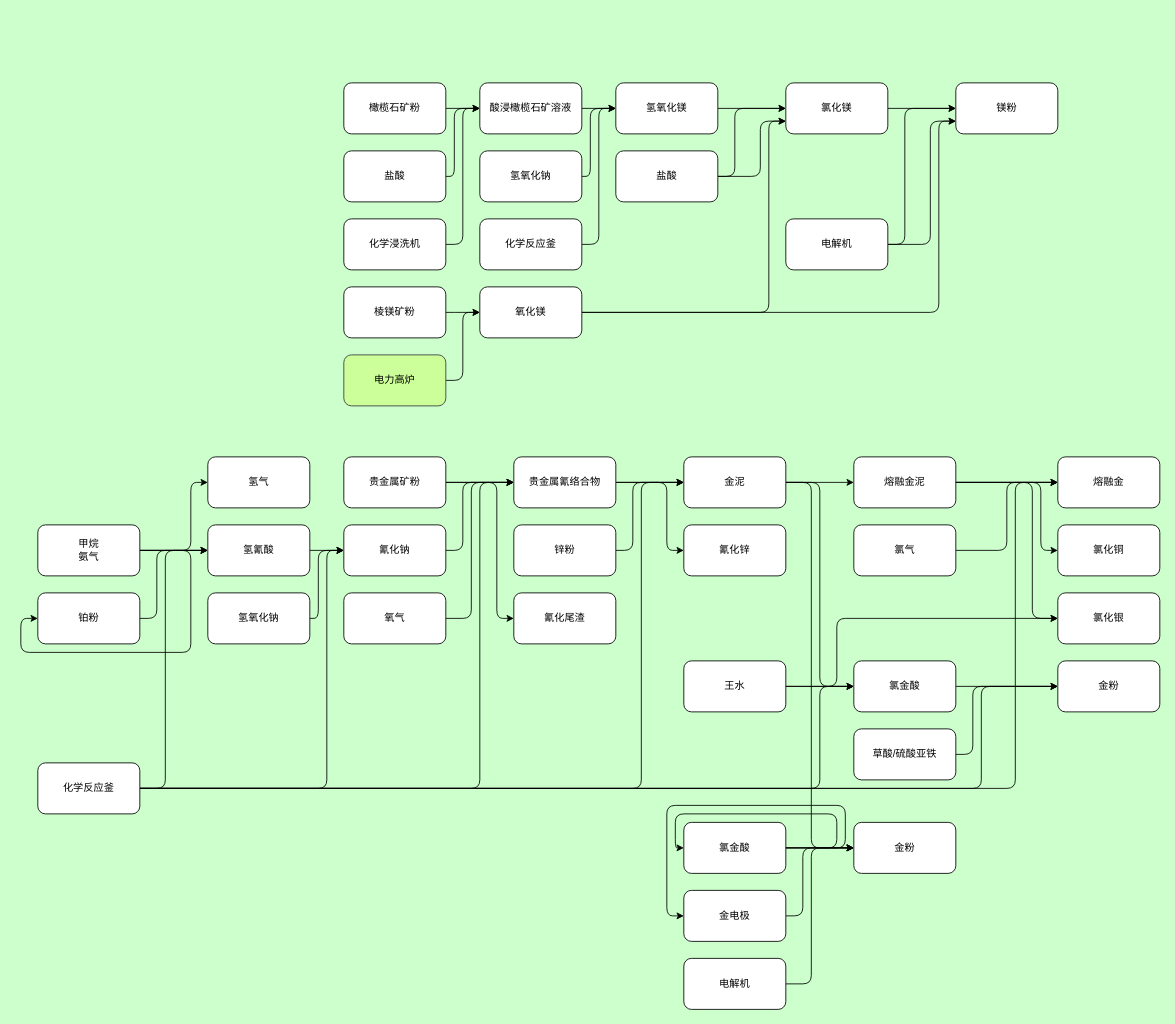
CTNH-Team/CTNH-flow-chart keeps this draw.io diagram as page "矿处" (3 of 3) of CTNH.drawio. Above is the earlier version. Source tidied: cells renumbered, new cells numbered last; positions are measured from the earlier drawing's top-left corner, leaving out a move shared by most shapes. Both pictures are drawn from the tidied source at 85%, with x=0, y=0 at pixel (20, 82).
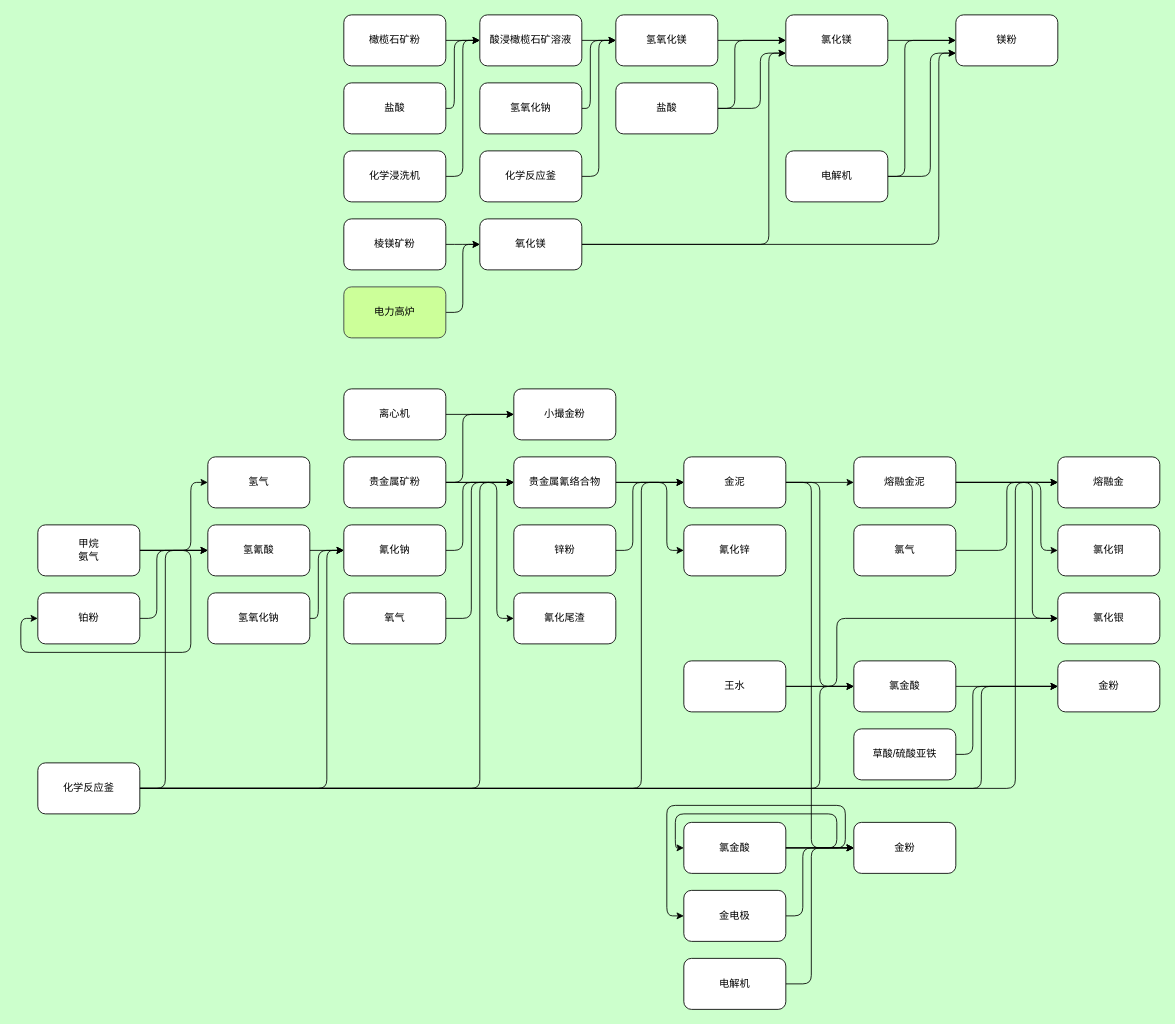
After the change.

The change refers to these unchanged cells:
```xml
<mxCell id="34" value="贵金属矿粉" style="rounded=1;whiteSpace=wrap;html=1;fontColor=light-dark(#000000,#000000);" parent="1" vertex="1">
  <mxGeometry x="380" y="440" width="120" height="60" as="geometry" />
</mxCell>
```

What changed in the source:
```diff
@@
     <mxCell id="2" value="镁粉" style="rounded=1;whiteSpace=wrap;html=1;fontColor=light-dark(#000000,#000000);" parent="1" vertex="1">
-      <mxGeometry x="1100" width="120" height="60" as="geometry" />
+      <mxGeometry x="1100" y="-80" width="120" height="60" as="geometry" />
     </mxCell>
@@
     <mxCell id="4" value="橄榄石矿粉" style="rounded=1;whiteSpace=wrap;html=1;fontColor=light-dark(#000000,#000000);" parent="1" vertex="1">
-      <mxGeometry x="380" width="120" height="60" as="geometry" />
+      <mxGeometry x="380" y="-80" width="120" height="60" as="geometry" />
     </mxCell>
     <mxCell id="5" style="edgeStyle=orthogonalEdgeStyle;shape=connector;curved=0;rounded=1;jettySize=auto;html=1;exitX=1;exitY=0.5;exitDx=0;exitDy=0;entryX=0;entryY=0.5;entryDx=0;entryDy=0;strokeColor=default;align=center;verticalAlign=middle;fontFamily=Helvetica;fontSize=11;fontColor=light-dark(#000000,#000000);labelBackgroundColor=default;endArrow=classic;" parent="1" edge="1" source="6" target="8">
       <mxGeometry relative="1" as="geometry">
         <Array as="points">
-          <mxPoint x="510" y="110" />
           <mxPoint x="510" y="30" />
+          <mxPoint x="510" y="-50" />
         </Array>
       </mxGeometry>
     </mxCell>
     <mxCell id="6" value="盐酸" style="rounded=1;whiteSpace=wrap;html=1;fontColor=light-dark(#000000,#000000);" parent="1" vertex="1">
-      <mxGeometry x="380" y="80" width="120" height="60" as="geometry" />
+      <mxGeometry x="380" width="120" height="60" as="geometry" />
     </mxCell>
@@
     <mxCell id="8" value="酸浸橄榄石矿溶液" style="rounded=1;whiteSpace=wrap;html=1;fontColor=light-dark(#000000,#000000);" parent="1" vertex="1">
-      <mxGeometry x="540" width="120" height="60" as="geometry" />
+      <mxGeometry x="540" y="-80" width="120" height="60" as="geometry" />
     </mxCell>
     <mxCell id="9" style="edgeStyle=orthogonalEdgeStyle;shape=connector;curved=0;rounded=1;jettySize=auto;html=1;exitX=1;exitY=0.5;exitDx=0;exitDy=0;entryX=0;entryY=0.5;entryDx=0;entryDy=0;strokeColor=default;align=center;verticalAlign=middle;fontFamily=Helvetica;fontSize=11;fontColor=light-dark(#000000,#000000);labelBackgroundColor=default;endArrow=classic;" parent="1" edge="1" source="10" target="12">
       <mxGeometry relative="1" as="geometry">
         <Array as="points">
-          <mxPoint x="670" y="110" />
           <mxPoint x="670" y="30" />
+          <mxPoint x="670" y="-50" />
         </Array>
       </mxGeometry>
     </mxCell>
     <mxCell id="10" value="氢氧化钠" style="rounded=1;whiteSpace=wrap;html=1;fontColor=light-dark(#000000,#000000);" parent="1" vertex="1">
-      <mxGeometry x="540" y="80" width="120" height="60" as="geometry" />
+      <mxGeometry x="540" width="120" height="60" as="geometry" />
     </mxCell>
@@
     <mxCell id="12" value="氢氧化镁" style="rounded=1;whiteSpace=wrap;html=1;fontColor=light-dark(#000000,#000000);" parent="1" vertex="1">
-      <mxGeometry x="700" width="120" height="60" as="geometry" />
+      <mxGeometry x="700" y="-80" width="120" height="60" as="geometry" />
     </mxCell>
     <mxCell id="13" style="edgeStyle=orthogonalEdgeStyle;shape=connector;curved=0;rounded=1;jettySize=auto;html=1;exitX=1;exitY=0.5;exitDx=0;exitDy=0;entryX=0;entryY=0.5;entryDx=0;entryDy=0;strokeColor=default;align=center;verticalAlign=middle;fontFamily=Helvetica;fontSize=11;fontColor=light-dark(#000000,#000000);labelBackgroundColor=default;endArrow=classic;" parent="1" edge="1" source="15" target="17">
       <mxGeometry relative="1" as="geometry">
         <Array as="points">
-          <mxPoint x="840" y="110" />
           <mxPoint x="840" y="30" />
+          <mxPoint x="840" y="-50" />
         </Array>
       </mxGeometry>
     </mxCell>
     <mxCell id="14" style="edgeStyle=orthogonalEdgeStyle;shape=connector;curved=0;rounded=1;jettySize=auto;html=1;exitX=1;exitY=0.5;exitDx=0;exitDy=0;entryX=0;entryY=0.75;entryDx=0;entryDy=0;strokeColor=default;align=center;verticalAlign=middle;fontFamily=Helvetica;fontSize=11;fontColor=default;labelBackgroundColor=default;endArrow=classic;" parent="1" edge="1" source="15" target="17">
       <mxGeometry relative="1" as="geometry">
         <Array as="points">
-          <mxPoint x="870" y="110" />
-          <mxPoint x="870" y="45" />
+          <mxPoint x="870" y="30" />
+          <mxPoint x="870" y="-35" />
         </Array>
       </mxGeometry>
     </mxCell>
     <mxCell id="15" value="盐酸" style="rounded=1;whiteSpace=wrap;html=1;fontColor=light-dark(#000000,#000000);" parent="1" vertex="1">
-      <mxGeometry x="700" y="80" width="120" height="60" as="geometry" />
+      <mxGeometry x="700" width="120" height="60" as="geometry" />
     </mxCell>
@@
     <mxCell id="17" value="氯化镁" style="rounded=1;whiteSpace=wrap;html=1;fontColor=light-dark(#000000,#000000);" parent="1" vertex="1">
-      <mxGeometry x="900" width="120" height="60" as="geometry" />
+      <mxGeometry x="900" y="-80" width="120" height="60" as="geometry" />
     </mxCell>
     <mxCell id="18" style="edgeStyle=orthogonalEdgeStyle;shape=connector;curved=0;rounded=1;jettySize=auto;html=1;exitX=1;exitY=0.5;exitDx=0;exitDy=0;entryX=0;entryY=0.5;entryDx=0;entryDy=0;strokeColor=default;align=center;verticalAlign=middle;fontFamily=Helvetica;fontSize=11;fontColor=light-dark(#000000,#000000);labelBackgroundColor=default;endArrow=classic;" parent="1" edge="1" source="20" target="2">
       <mxGeometry relative="1" as="geometry">
         <Array as="points">
-          <mxPoint x="1040" y="190" />
-          <mxPoint x="1040" y="30" />
+          <mxPoint x="1040" y="110" />
+          <mxPoint x="1040" y="-50" />
         </Array>
       </mxGeometry>
     </mxCell>
     <mxCell id="19" style="edgeStyle=orthogonalEdgeStyle;shape=connector;curved=0;rounded=1;jettySize=auto;html=1;exitX=1;exitY=0.5;exitDx=0;exitDy=0;entryX=0;entryY=0.75;entryDx=0;entryDy=0;strokeColor=default;align=center;verticalAlign=middle;fontFamily=Helvetica;fontSize=11;fontColor=default;labelBackgroundColor=default;endArrow=classic;" parent="1" edge="1" source="20" target="2">
       <mxGeometry relative="1" as="geometry">
         <Array as="points">
-          <mxPoint x="1070" y="190" />
-          <mxPoint x="1070" y="45" />
+          <mxPoint x="1070" y="110" />
+          <mxPoint x="1070" y="-35" />
         </Array>
       </mxGeometry>
     </mxCell>
     <mxCell id="20" value="电解机" style="rounded=1;whiteSpace=wrap;html=1;fontColor=light-dark(#000000,#000000);" parent="1" vertex="1">
-      <mxGeometry x="900" y="160" width="120" height="60" as="geometry" />
+      <mxGeometry x="900" y="80" width="120" height="60" as="geometry" />
     </mxCell>
     <mxCell id="21" style="edgeStyle=orthogonalEdgeStyle;shape=connector;curved=0;rounded=1;jettySize=auto;html=1;exitX=1;exitY=0.5;exitDx=0;exitDy=0;entryX=0;entryY=0.75;entryDx=0;entryDy=0;strokeColor=default;align=center;verticalAlign=middle;fontFamily=Helvetica;fontSize=11;fontColor=default;labelBackgroundColor=default;endArrow=classic;" parent="1" edge="1" source="23" target="17">
       <mxGeometry relative="1" as="geometry">
         <Array as="points">
-          <mxPoint x="880" y="270" />
-          <mxPoint x="880" y="45.1" />
+          <mxPoint x="880" y="190" />
+          <mxPoint x="880" y="-34.9" />
         </Array>
       </mxGeometry>
     </mxCell>
     <mxCell id="22" style="edgeStyle=orthogonalEdgeStyle;shape=connector;curved=0;rounded=1;jettySize=auto;html=1;exitX=1;exitY=0.5;exitDx=0;exitDy=0;entryX=0;entryY=0.75;entryDx=0;entryDy=0;strokeColor=default;align=center;verticalAlign=middle;fontFamily=Helvetica;fontSize=11;fontColor=default;labelBackgroundColor=default;endArrow=classic;" parent="1" edge="1" source="23" target="2">
       <mxGeometry relative="1" as="geometry">
         <Array as="points">
-          <mxPoint x="1080" y="270" />
-          <mxPoint x="1080" y="45" />
+          <mxPoint x="1080" y="190" />
+          <mxPoint x="1080" y="-35" />
         </Array>
       </mxGeometry>
     </mxCell>
     <mxCell id="23" value="氧化镁" style="rounded=1;whiteSpace=wrap;html=1;fontColor=light-dark(#000000,#000000);" parent="1" vertex="1">
-      <mxGeometry x="540" y="240" width="120" height="60" as="geometry" />
+      <mxGeometry x="540" y="160" width="120" height="60" as="geometry" />
     </mxCell>
     <mxCell id="24" style="edgeStyle=orthogonalEdgeStyle;shape=connector;curved=0;rounded=1;jettySize=auto;html=1;exitX=1;exitY=0.5;exitDx=0;exitDy=0;entryX=0;entryY=0.5;entryDx=0;entryDy=0;strokeColor=default;align=center;verticalAlign=middle;fontFamily=Helvetica;fontSize=11;fontColor=default;labelBackgroundColor=default;endArrow=classic;" parent="1" edge="1" source="25" target="23">
       <mxGeometry relative="1" as="geometry">
         <Array as="points">
-          <mxPoint x="520" y="270" />
-          <mxPoint x="520" y="270" />
+          <mxPoint x="520" y="190" />
+          <mxPoint x="520" y="190" />
         </Array>
       </mxGeometry>
     </mxCell>
     <mxCell id="25" value="棱镁矿粉" style="rounded=1;whiteSpace=wrap;html=1;fontColor=light-dark(#000000,#000000);" parent="1" vertex="1">
-      <mxGeometry x="380" y="240" width="120" height="60" as="geometry" />
+      <mxGeometry x="380" y="160" width="120" height="60" as="geometry" />
     </mxCell>
     <mxCell id="26" style="edgeStyle=orthogonalEdgeStyle;shape=connector;curved=0;rounded=1;jettySize=auto;html=1;exitX=1;exitY=0.5;exitDx=0;exitDy=0;entryX=0;entryY=0.5;entryDx=0;entryDy=0;strokeColor=default;align=center;verticalAlign=middle;fontFamily=Helvetica;fontSize=11;fontColor=default;labelBackgroundColor=default;endArrow=classic;" parent="1" edge="1" source="27" target="23">
       <mxGeometry relative="1" as="geometry">
         <Array as="points">
-          <mxPoint x="520" y="350" />
           <mxPoint x="520" y="270" />
+          <mxPoint x="520" y="190" />
         </Array>
       </mxGeometry>
     </mxCell>
     <mxCell id="27" value="电力高炉" style="rounded=1;whiteSpace=wrap;html=1;fillColor=light-dark(#CCFF99,#CCFF99);strokeColor=#36393d;fontColor=light-dark(#000000,#000000);" parent="1" vertex="1">
-      <mxGeometry x="380" y="320" width="120" height="60" as="geometry" />
+      <mxGeometry x="380" y="240" width="120" height="60" as="geometry" />
     </mxCell>
     <mxCell id="28" style="edgeStyle=orthogonalEdgeStyle;shape=connector;curved=0;rounded=1;jettySize=auto;html=1;exitX=1;exitY=0.5;exitDx=0;exitDy=0;entryX=0;entryY=0.5;entryDx=0;entryDy=0;strokeColor=default;align=center;verticalAlign=middle;fontFamily=Helvetica;fontSize=11;fontColor=default;labelBackgroundColor=default;endArrow=classic;" parent="1" edge="1" source="29" target="8">
       <mxGeometry relative="1" as="geometry">
         <Array as="points">
-          <mxPoint x="520" y="190" />
-          <mxPoint x="520" y="30" />
+          <mxPoint x="520" y="110" />
+          <mxPoint x="520" y="-50" />
         </Array>
       </mxGeometry>
     </mxCell>
     <mxCell id="29" value="化学浸洗机" style="rounded=1;whiteSpace=wrap;html=1;fontColor=light-dark(#000000,#000000);" parent="1" vertex="1">
-      <mxGeometry x="380" y="160" width="120" height="60" as="geometry" />
+      <mxGeometry x="380" y="80" width="120" height="60" as="geometry" />
     </mxCell>
@@
     <mxCell id="31" value="化学反应釜" style="rounded=1;whiteSpace=wrap;html=1;fontColor=light-dark(#000000,#000000);" parent="1" vertex="1">
-      <mxGeometry x="540" y="160" width="120" height="60" as="geometry" />
+      <mxGeometry x="540" y="80" width="120" height="60" as="geometry" />
     </mxCell>
@@
+    <mxCell id="95" style="edgeStyle=orthogonalEdgeStyle;shape=connector;curved=0;rounded=1;jettySize=auto;html=1;exitX=1;exitY=0.5;exitDx=0;exitDy=0;entryX=0;entryY=0.5;entryDx=0;entryDy=0;strokeColor=default;align=center;verticalAlign=middle;fontFamily=Helvetica;fontSize=11;fontColor=default;labelBackgroundColor=default;endArrow=classic;" parent="1" edge="1" source="34" target="96">
+      <mxGeometry relative="1" as="geometry">
+        <Array as="points">
+          <mxPoint x="520" y="470" />
+          <mxPoint x="520" y="390" />
+        </Array>
+      </mxGeometry>
+    </mxCell>
@@
+    <mxCell id="96" value="小撮金粉" style="rounded=1;whiteSpace=wrap;html=1;fontColor=light-dark(#000000,#000000);" parent="1" vertex="1">
+      <mxGeometry x="580" y="360" width="120" height="60" as="geometry" />
+    </mxCell>
+    <mxCell id="97" style="edgeStyle=orthogonalEdgeStyle;shape=connector;curved=0;rounded=1;jettySize=auto;html=1;exitX=1;exitY=0.5;exitDx=0;exitDy=0;entryX=0;entryY=0.5;entryDx=0;entryDy=0;strokeColor=default;align=center;verticalAlign=middle;fontFamily=Helvetica;fontSize=11;fontColor=default;labelBackgroundColor=default;endArrow=classic;" parent="1" edge="1" source="98" target="96">
+      <mxGeometry relative="1" as="geometry" />
+    </mxCell>
+    <mxCell id="98" value="离心机" style="rounded=1;whiteSpace=wrap;html=1;fontColor=light-dark(#000000,#000000);" parent="1" vertex="1">
+      <mxGeometry x="380" y="360" width="120" height="60" as="geometry" />
+    </mxCell>
```
